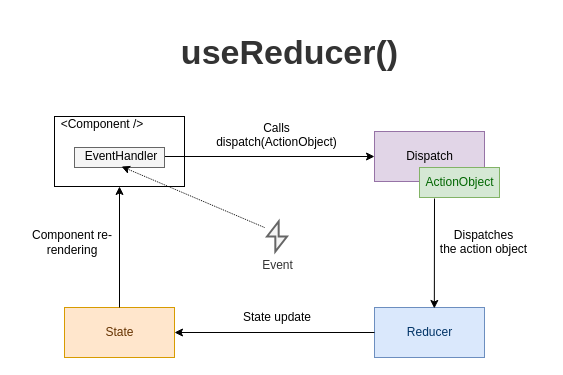
The draw.io diagram posts/149-react-usereducer/diagrams/diagram.drawio in panzerdp/dmitripavlutin.com, before the edit. Source tidied: cells renumbered, new cells numbered last; positions are measured from the earlier drawing's top-left corner, leaving out a move shared by most shapes. Both pictures are drawn from the tidied source at 100%, with x=0, y=0 at pixel (17, 17).
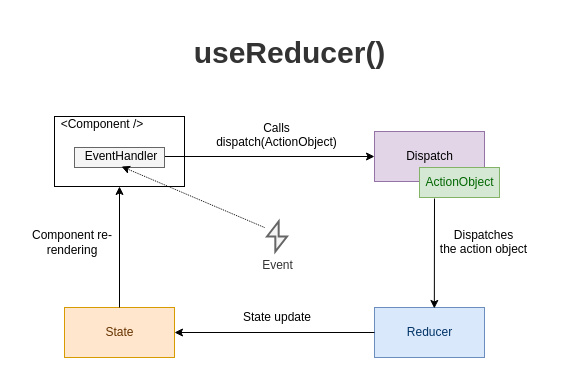
After the change.

Commit message (it also covers changes not shown here):
content: update useReduce() picture

Diff of the diagram source:
```diff
@@
-    <mxCell id="2" value="useReducer()" style="text;strokeColor=none;fillColor=none;html=1;fontSize=34;fontStyle=1;verticalAlign=middle;align=center;fontColor=#333333;" parent="1" vertex="1">
+    <mxCell id="2" value="useReducer()" style="text;strokeColor=none;fillColor=none;html=1;fontSize=30;fontStyle=1;verticalAlign=middle;align=center;fontColor=#333333;" parent="1" vertex="1">
       <mxGeometry x="157" width="230" height="70" as="geometry" />
     </mxCell>
```
